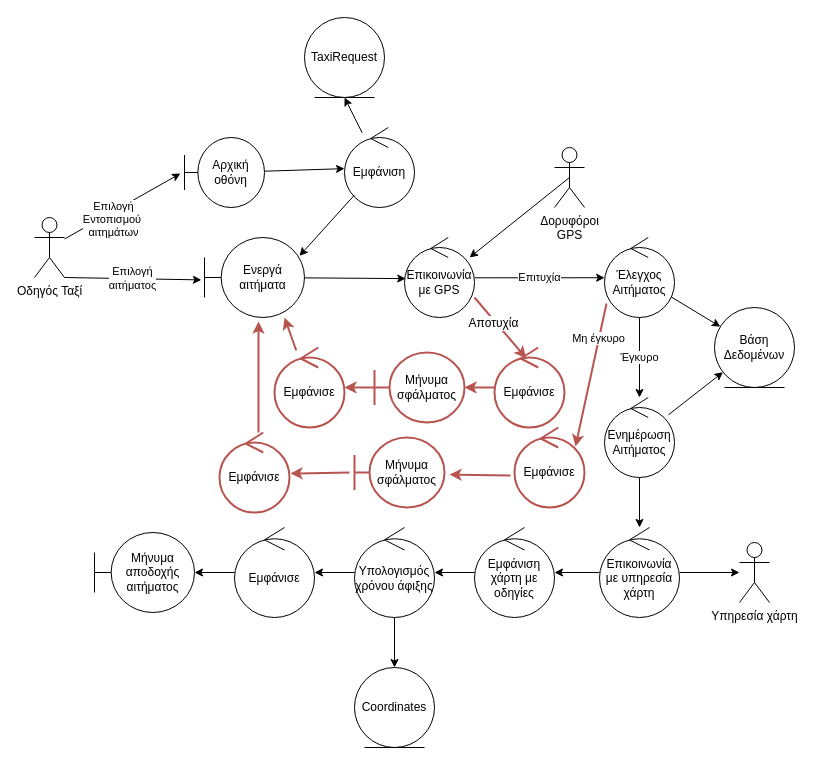
Above: Part_2/Robustness/diagrams/08_Αποδοχή_Αιτήματος_Ταξί.drawio in Nikolis2002/texnoligia_logismikou (draw.io), before the change. Source tidied: cells renumbered, new cells numbered last; positions are measured from the earlier drawing's top-left corner, leaving out a move shared by most shapes. Both pictures are drawn from the tidied source at 100%, with x=0, y=0 at pixel (34, 17).
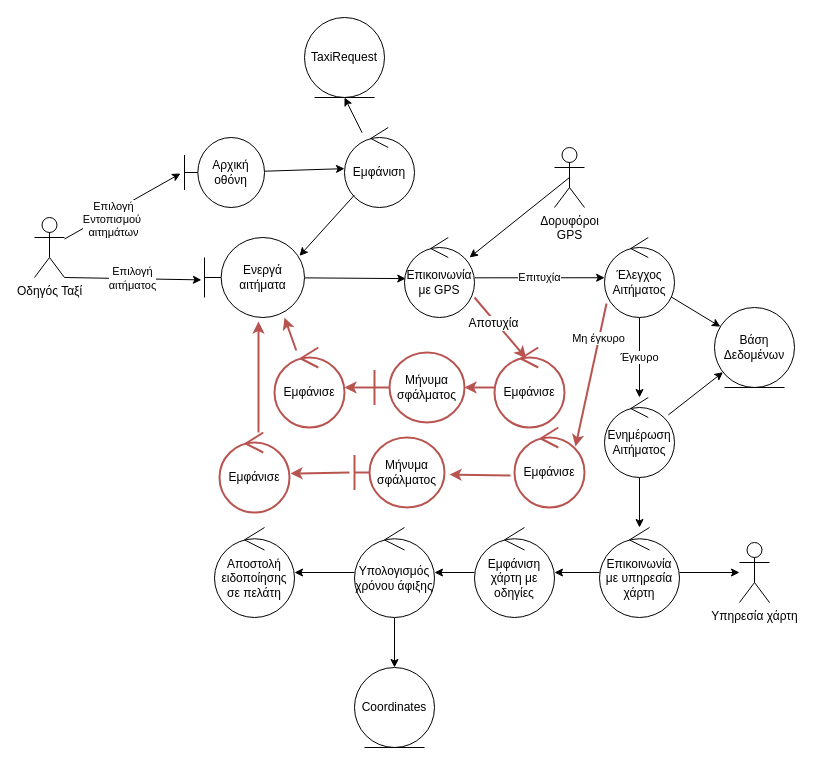
The same diagram, later.

Change to the diagram source:
```diff
@@
-    <mxCell id="50" style="edgeStyle=none;html=1;endArrow=classic;endFill=1;" parent="1" edge="1" source="51" target="52">
-      <mxGeometry relative="1" as="geometry" />
-    </mxCell>
-    <mxCell id="51" value="Εμφάνισε" style="ellipse;shape=umlControl;whiteSpace=wrap;html=1;" parent="1" vertex="1">
-      <mxGeometry x="200" y="510" width="80" height="90" as="geometry" />
+    <mxCell id="51" value="Αποστολή ειδοποίησης σε πελάτη" style="ellipse;shape=umlControl;whiteSpace=wrap;html=1;" parent="1" vertex="1">
+      <mxGeometry x="180" y="510" width="80" height="90" as="geometry" />
     </mxCell>
-    <mxCell id="52" value="Μήνυμα αποδοχής αιτήματος" style="shape=umlBoundary;whiteSpace=wrap;html=1;" parent="1" vertex="1">
-      <mxGeometry x="60" y="515" width="100" height="80" as="geometry" />
-    </mxCell>
```
